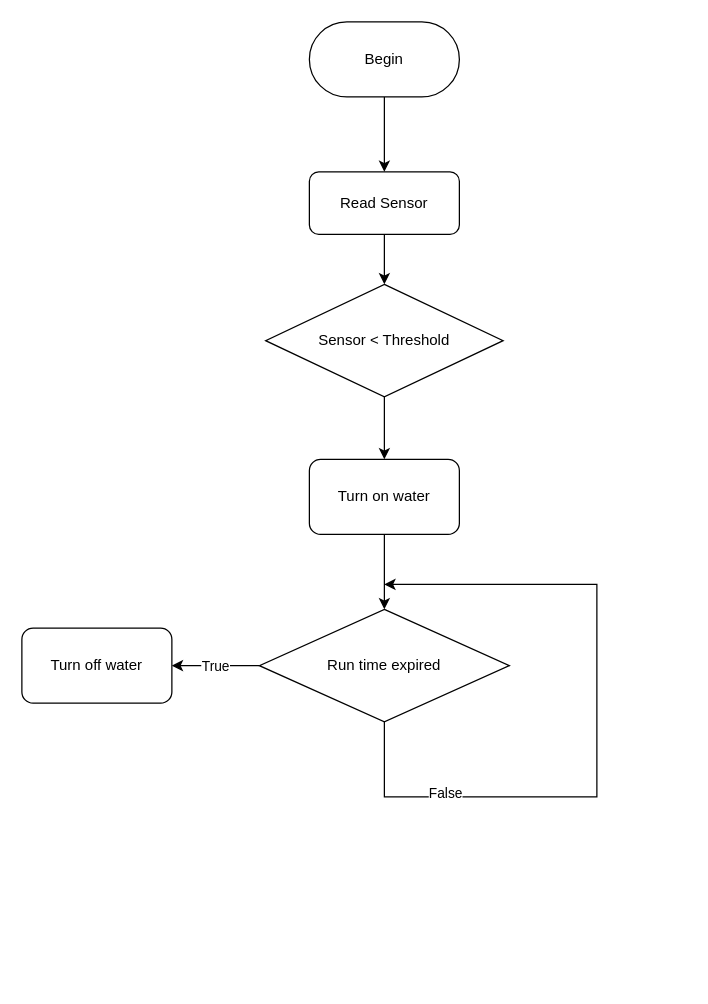
Above: smart_irrigation.drawio in Colorata-07/at1 (draw.io), before the change. Source tidied: cells renumbered, new cells numbered last; positions are measured from the earlier drawing's top-left corner, leaving out a move shared by most shapes. Both pictures are drawn from the tidied source at 125%, with x=0, y=0 at pixel (21, 21).
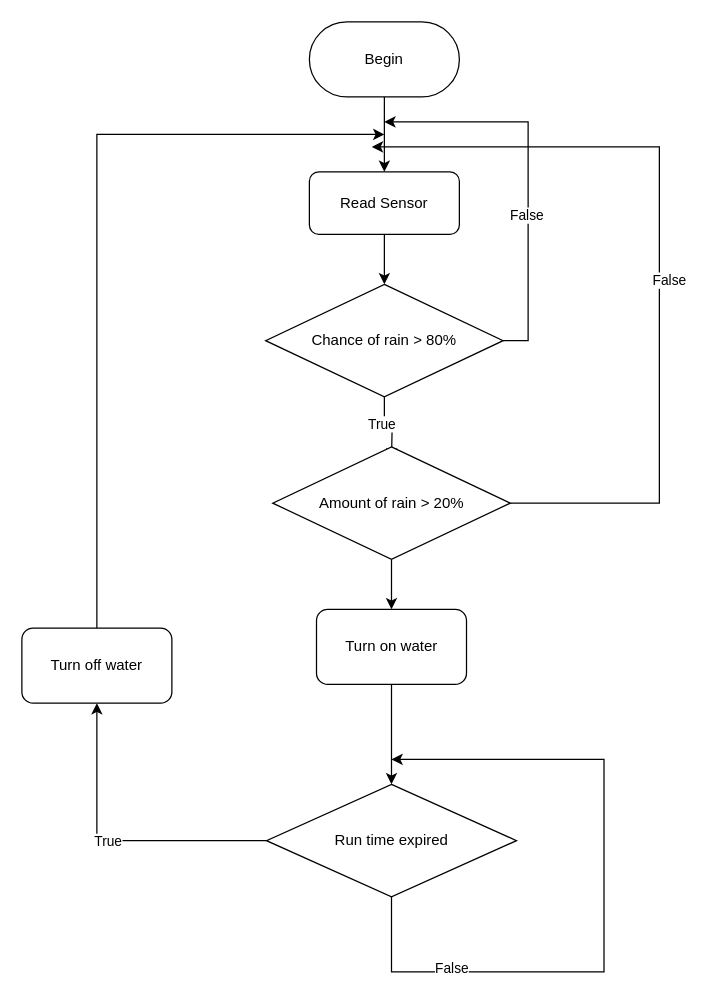
The same page after the edit.

Unchanged cells that the change refers to:
```xml
<mxCell id="3" value="Read Sensor" style="rounded=1;whiteSpace=wrap;html=1;" parent="1" vertex="1">
  <mxGeometry x="230" y="120" width="120" height="50" as="geometry" />
</mxCell>
<mxCell id="13" value="Turn off water" style="rounded=1;whiteSpace=wrap;html=1;" parent="1" vertex="1">
  <mxGeometry y="485" width="120" height="60" as="geometry" />
</mxCell>
```

What changed in the source:
```diff
@@
-    <mxCell id="4" style="edgeStyle=orthogonalEdgeStyle;rounded=0;jettySize=auto;html=1;" parent="1" edge="1" source="5" target="7">
-      <mxGeometry relative="1" as="geometry" />
+    <mxCell id="4" style="edgeStyle=orthogonalEdgeStyle;rounded=0;jettySize=auto;html=1;" parent="1" edge="1" source="5">
+      <mxGeometry relative="1" as="geometry">
+        <mxPoint x="295.7" y="350" as="targetPoint" />
+      </mxGeometry>
     </mxCell>
+    <mxCell id="16" value="True" style="edgeLabel;html=1;align=center;verticalAlign=middle;" parent="4" vertex="1">
+      <mxGeometry x="-0.26" y="-3" relative="1" as="geometry" />
+    </mxCell>
+    <mxCell id="17" style="edgeStyle=orthogonalEdgeStyle;rounded=0;jettySize=auto;html=1;exitX=1;exitY=0.5;exitDx=0;exitDy=0;" parent="1" edge="1" source="5">
+      <mxGeometry relative="1" as="geometry">
+        <mxPoint x="290" y="80" as="targetPoint" />
+        <Array as="points">
+          <mxPoint x="405" y="255" />
+          <mxPoint x="405" y="80" />
+        </Array>
+      </mxGeometry>
+    </mxCell>
+    <mxCell id="18" value="False" style="edgeLabel;html=1;align=center;verticalAlign=middle;" parent="17" vertex="1">
+      <mxGeometry x="-0.22" y="2" relative="1" as="geometry" />
+    </mxCell>
-    <mxCell id="5" value="Sensor &amp;lt; Threshold" style="rhombus;whiteSpace=wrap;html=1;" parent="1" vertex="1">
+    <mxCell id="5" value="Chance of rain &amp;gt; 80%" style="rhombus;whiteSpace=wrap;html=1;" parent="1" vertex="1">
       <mxGeometry x="195" y="210" width="190" height="90" as="geometry" />
     </mxCell>
@@
     <mxCell id="7" value="Turn on water" style="rounded=1;whiteSpace=wrap;html=1;" parent="1" vertex="1">
-      <mxGeometry x="230" y="350" width="120" height="60" as="geometry" />
+      <mxGeometry x="235.7" y="470" width="120" height="60" as="geometry" />
     </mxCell>
@@
     <mxCell id="10" style="edgeStyle=orthogonalEdgeStyle;rounded=0;jettySize=auto;html=1;" parent="1" edge="1" source="12">
       <mxGeometry relative="1" as="geometry">
-        <mxPoint x="290" y="450" as="targetPoint" />
+        <mxPoint x="295.7" y="590" as="targetPoint" />
         <Array as="points">
-          <mxPoint x="290" y="620" />
-          <mxPoint x="460" y="620" />
-          <mxPoint x="460" y="450" />
-          <mxPoint x="370" y="450" />
+          <mxPoint x="295.7" y="760" />
+          <mxPoint x="465.7" y="760" />
+          <mxPoint x="465.7" y="590" />
+          <mxPoint x="375.7" y="590" />
         </Array>
       </mxGeometry>
     </mxCell>
@@
     <mxCell id="12" value="Run time expired" style="rhombus;whiteSpace=wrap;html=1;" parent="1" vertex="1">
-      <mxGeometry x="190" y="470" width="200" height="90" as="geometry" />
+      <mxGeometry x="195.7" y="610" width="200" height="90" as="geometry" />
     </mxCell>
+    <mxCell id="19" style="edgeStyle=orthogonalEdgeStyle;rounded=0;jettySize=auto;html=1;" parent="1" edge="1" source="13">
+      <mxGeometry relative="1" as="geometry">
+        <mxPoint x="290" y="90" as="targetPoint" />
+        <Array as="points">
+          <mxPoint x="60" y="90" />
+        </Array>
+      </mxGeometry>
+    </mxCell>
@@
+    <mxCell id="20" style="edgeStyle=orthogonalEdgeStyle;rounded=0;jettySize=auto;html=1;" parent="1" edge="1" source="23" target="7">
+      <mxGeometry relative="1" as="geometry" />
+    </mxCell>
+    <mxCell id="21" style="edgeStyle=orthogonalEdgeStyle;rounded=0;jettySize=auto;html=1;" parent="1" edge="1" source="23">
+      <mxGeometry relative="1" as="geometry">
+        <mxPoint x="280" y="100" as="targetPoint" />
+        <Array as="points">
+          <mxPoint x="510" y="385" />
+          <mxPoint x="510" y="100" />
+        </Array>
+      </mxGeometry>
+    </mxCell>
+    <mxCell id="22" value="False" style="edgeLabel;html=1;align=center;verticalAlign=middle;" parent="21" vertex="1">
+      <mxGeometry x="-0.06" y="-7" relative="1" as="geometry" />
+    </mxCell>
+    <mxCell id="23" value="Amount of rain &amp;gt; 20%" style="rhombus;whiteSpace=wrap;html=1;" parent="1" vertex="1">
+      <mxGeometry x="200.7" y="340" width="190" height="90" as="geometry" />
+    </mxCell>
+    <mxCell id="24" style="edgeStyle=orthogonalEdgeStyle;rounded=0;orthogonalLoop=1;jettySize=auto;html=1;exitX=0.5;exitY=1;exitDx=0;exitDy=0;" parent="1" edge="1" source="3" target="3">
+      <mxGeometry relative="1" as="geometry" />
+    </mxCell>
```
